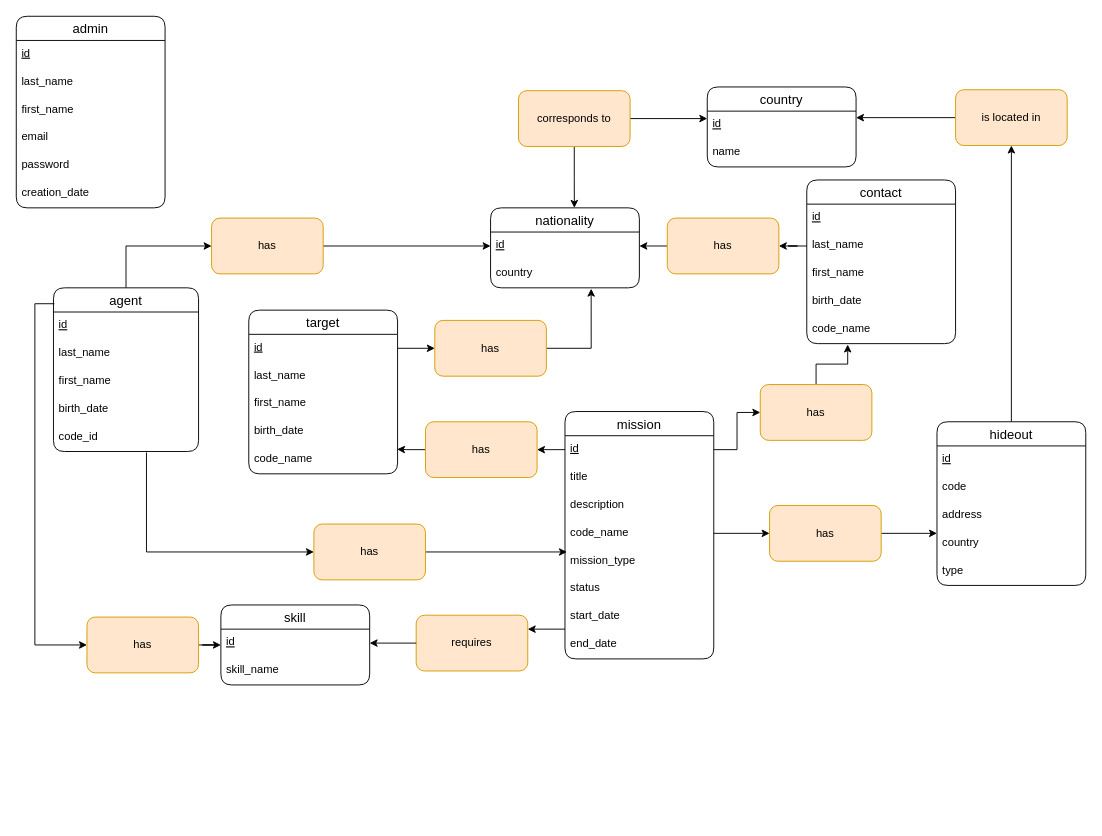
This is MCD.drawio from Armafobe/spy-test, a draw.io file, before an edit. Source tidied: cells renumbered, new cells numbered last; positions are measured from the earlier drawing's top-left corner, leaving out a move shared by most shapes. Both pictures are drawn from the tidied source at 93%, with x=0, y=0 at pixel (16, 16).
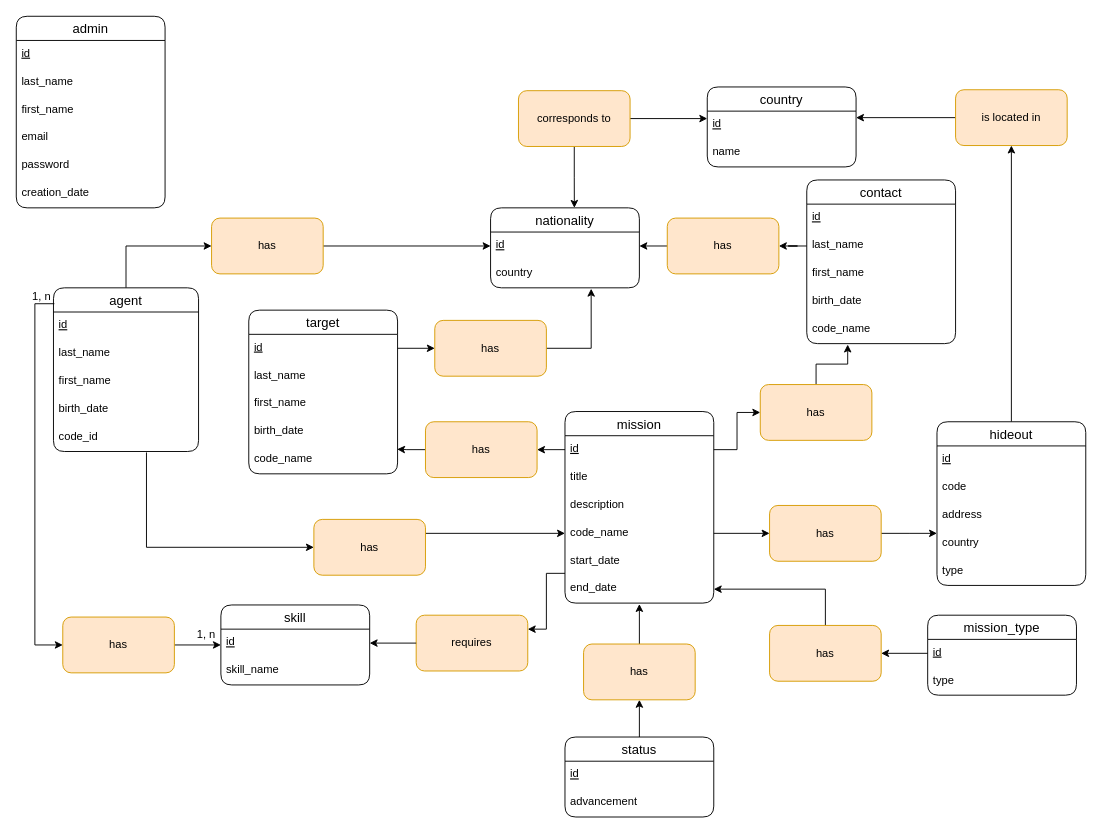
After the change.

Unchanged cells that the change refers to:
```xml
<mxCell id="48" value="code_name" style="text;strokeColor=none;fillColor=none;spacingLeft=4;spacingRight=4;overflow=hidden;points=[[0,0.5],[1,0.5]];portConstraint=eastwest;fontSize=12;rounded=1;" parent="44" vertex="1">
  <mxGeometry y="116" width="160" height="30" as="geometry" />
</mxCell>
```

The edit, as a diff of the source:
```diff
@@
     <mxCell id="19" value="has" style="rounded=1;whiteSpace=wrap;html=1;fillColor=#ffe6cc;strokeColor=#d79b00;" parent="1" vertex="1">
-      <mxGeometry x="76" y="646" width="120" height="60" as="geometry" />
+      <mxGeometry x="50" y="646" width="120" height="60" as="geometry" />
     </mxCell>
@@
     <mxCell id="44" value="mission" style="swimlane;fontStyle=0;horizontal=1;startSize=26;align=center;fontSize=14;rounded=1;" parent="1" vertex="1">
-      <mxGeometry x="590" y="425" width="160" height="266" as="geometry" />
+      <mxGeometry x="590" y="425" width="160" height="206" as="geometry" />
     </mxCell>
@@
-    <mxCell id="49" value="mission_type" style="text;strokeColor=none;fillColor=none;spacingLeft=4;spacingRight=4;overflow=hidden;points=[[0,0.5],[1,0.5]];portConstraint=eastwest;fontSize=12;rounded=1;" parent="44" vertex="1">
-      <mxGeometry y="146" width="160" height="30" as="geometry" />
-    </mxCell>
-    <mxCell id="50" value="status" style="text;strokeColor=none;fillColor=none;spacingLeft=4;spacingRight=4;overflow=hidden;points=[[0,0.5],[1,0.5]];portConstraint=eastwest;fontSize=12;rounded=1;" parent="44" vertex="1">
-      <mxGeometry y="176" width="160" height="30" as="geometry" />
-    </mxCell>
     <mxCell id="51" value="start_date" style="text;strokeColor=none;fillColor=none;spacingLeft=4;spacingRight=4;overflow=hidden;points=[[0,0.5],[1,0.5]];portConstraint=eastwest;fontSize=12;rounded=1;" parent="44" vertex="1">
-      <mxGeometry y="206" width="160" height="30" as="geometry" />
+      <mxGeometry y="146" width="160" height="30" as="geometry" />
     </mxCell>
     <mxCell id="52" value="end_date" style="text;strokeColor=none;fillColor=none;spacingLeft=4;spacingRight=4;overflow=hidden;points=[[0,0.5],[1,0.5]];portConstraint=eastwest;fontSize=12;rounded=1;" parent="44" vertex="1">
-      <mxGeometry y="236" width="160" height="30" as="geometry" />
+      <mxGeometry y="176" width="160" height="30" as="geometry" />
     </mxCell>
@@
-    <mxCell id="62" style="edgeStyle=orthogonalEdgeStyle;rounded=0;jettySize=auto;html=1;entryX=0.013;entryY=0.167;entryDx=0;entryDy=0;entryPerimeter=0;startArrow=none;startFill=0;endArrow=classic;endFill=1;" parent="1" edge="1" source="63" target="49">
+    <mxCell id="62" style="edgeStyle=orthogonalEdgeStyle;rounded=0;jettySize=auto;html=1;entryX=0.013;entryY=0.167;entryDx=0;entryDy=0;entryPerimeter=0;startArrow=none;startFill=0;endArrow=classic;endFill=1;" parent="1" edge="1" source="63">
       <mxGeometry relative="1" as="geometry" />
     </mxCell>
+    <mxCell id="84" style="edgeStyle=orthogonalEdgeStyle;rounded=0;jettySize=auto;html=1;exitX=1;exitY=0.25;exitDx=0;exitDy=0;entryX=0;entryY=0.5;entryDx=0;entryDy=0;startArrow=none;startFill=0;endArrow=classic;endFill=1;" parent="1" edge="1" source="63" target="48">
+      <mxGeometry relative="1" as="geometry" />
+    </mxCell>
     <mxCell id="63" value="has" style="rounded=1;whiteSpace=wrap;html=1;fillColor=#ffe6cc;strokeColor=#d79b00;" parent="1" vertex="1">
-      <mxGeometry x="320" y="546" width="120" height="60" as="geometry" />
+      <mxGeometry x="320" y="541" width="120" height="60" as="geometry" />
     </mxCell>
@@
+    <mxCell id="85" value="1, n" style="text;html=1;align=center;verticalAlign=middle;strokeColor=none;fillColor=none;" parent="1" vertex="1">
+      <mxGeometry x="7" y="292" width="40" height="20" as="geometry" />
+    </mxCell>
+    <mxCell id="86" value="1, n" style="text;html=1;align=center;verticalAlign=middle;strokeColor=none;fillColor=none;" parent="1" vertex="1">
+      <mxGeometry x="184" y="655" width="40" height="20" as="geometry" />
+    </mxCell>
+    <mxCell id="87" style="edgeStyle=orthogonalEdgeStyle;rounded=0;jettySize=auto;html=1;entryX=0.5;entryY=1;entryDx=0;entryDy=0;startArrow=none;startFill=0;endArrow=classic;endFill=1;" parent="1" edge="1" source="50" target="91">
+      <mxGeometry relative="1" as="geometry" />
+    </mxCell>
+    <mxCell id="50" value="status" style="swimlane;fontStyle=0;horizontal=1;startSize=26;align=center;fontSize=14;rounded=1;" parent="1" vertex="1">
+      <mxGeometry x="590" y="775" width="160" height="86" as="geometry" />
+    </mxCell>
+    <mxCell id="88" value="id" style="text;strokeColor=none;fillColor=none;spacingLeft=4;spacingRight=4;overflow=hidden;fontSize=12;rounded=1;fontStyle=4;" parent="50" vertex="1">
+      <mxGeometry y="26" width="160" height="30" as="geometry" />
+    </mxCell>
+    <mxCell id="89" value="advancement" style="text;strokeColor=none;fillColor=none;spacingLeft=4;spacingRight=4;overflow=hidden;fontSize=12;rounded=1;" parent="50" vertex="1">
+      <mxGeometry y="56" width="160" height="30" as="geometry" />
+    </mxCell>
+    <mxCell id="90" style="edgeStyle=orthogonalEdgeStyle;rounded=0;jettySize=auto;html=1;exitX=0.5;exitY=0;exitDx=0;exitDy=0;entryX=0.5;entryY=1.033;entryDx=0;entryDy=0;entryPerimeter=0;startArrow=none;startFill=0;endArrow=classic;endFill=1;" parent="1" edge="1" source="91" target="52">
+      <mxGeometry relative="1" as="geometry" />
+    </mxCell>
+    <mxCell id="91" value="has" style="rounded=1;whiteSpace=wrap;html=1;fillColor=#ffe6cc;strokeColor=#d79b00;" parent="1" vertex="1">
+      <mxGeometry x="610" y="675" width="120" height="60" as="geometry" />
+    </mxCell>
+    <mxCell id="49" value="mission_type" style="swimlane;fontStyle=0;horizontal=1;startSize=26;align=center;fontSize=14;rounded=1;" parent="1" vertex="1">
+      <mxGeometry x="980" y="644" width="160" height="86" as="geometry" />
+    </mxCell>
+    <mxCell id="92" value="id" style="text;strokeColor=none;fillColor=none;spacingLeft=4;spacingRight=4;overflow=hidden;points=[[0,0.5],[1,0.5]];portConstraint=eastwest;fontSize=12;rounded=1;fontStyle=4;" parent="49" vertex="1">
+      <mxGeometry y="26" width="160" height="30" as="geometry" />
+    </mxCell>
+    <mxCell id="93" value="type" style="text;strokeColor=none;fillColor=none;spacingLeft=4;spacingRight=4;overflow=hidden;fontSize=12;rounded=1;" parent="49" vertex="1">
+      <mxGeometry y="56" width="160" height="30" as="geometry" />
+    </mxCell>
+    <mxCell id="94" style="edgeStyle=orthogonalEdgeStyle;rounded=0;jettySize=auto;html=1;entryX=1;entryY=0.5;entryDx=0;entryDy=0;startArrow=none;startFill=0;endArrow=classic;endFill=1;" parent="1" edge="1" source="95" target="52">
+      <mxGeometry relative="1" as="geometry" />
+    </mxCell>
+    <mxCell id="95" value="has" style="rounded=1;whiteSpace=wrap;html=1;fillColor=#ffe6cc;strokeColor=#d79b00;" parent="1" vertex="1">
+      <mxGeometry x="810" y="655" width="120" height="60" as="geometry" />
+    </mxCell>
+    <mxCell id="96" style="edgeStyle=orthogonalEdgeStyle;rounded=0;jettySize=auto;html=1;exitX=0;exitY=0.5;exitDx=0;exitDy=0;startArrow=none;startFill=0;endArrow=classic;endFill=1;" parent="1" edge="1" source="92" target="95">
+      <mxGeometry relative="1" as="geometry" />
+    </mxCell>
```
